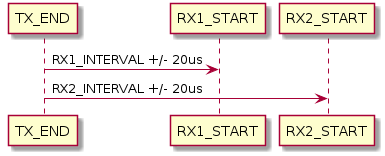
The PlantUML diagram doc/plantuml/rx_windows.png in GOST-UA/lora_device_lib, before a commit.
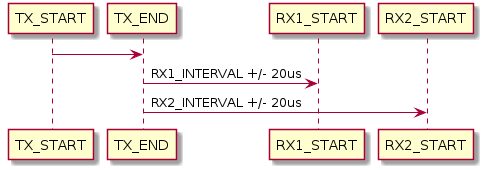
The same diagram one commit later.

Diff of the diagram source:
```diff
@@ -1,5 +1,6 @@
 @startuml
 
+TX_START -> TX_END
 TX_END -> RX1_START: RX1_INTERVAL +/- 20us
 TX_END -> RX2_START: RX2_INTERVAL +/- 20us
 
```
